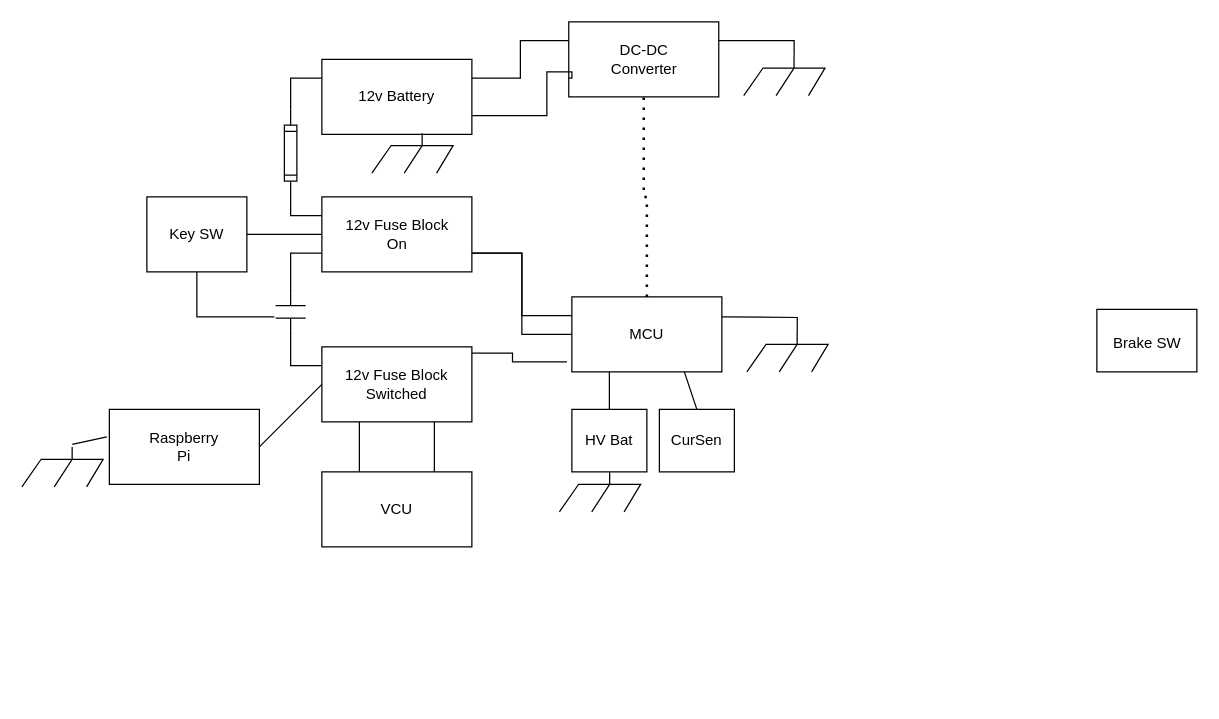
The draw.io diagram ElectricalLowVoltage.drawio in cdvanhorn/ForsanRaneaf, before the edit. Source tidied: cells renumbered, new cells numbered last; positions are measured from the earlier drawing's top-left corner, leaving out a move shared by most shapes. Both pictures are drawn from the tidied source at 125%, with x=0, y=0 at pixel (21, 21).
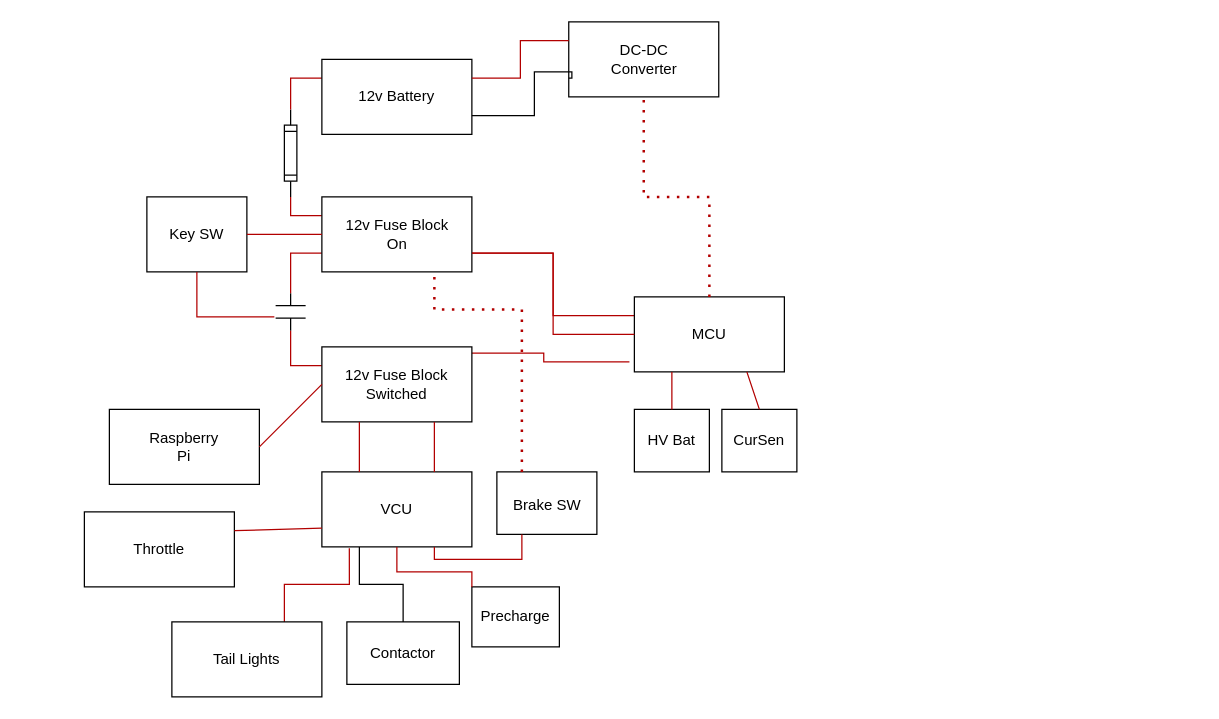
The same diagram, later.

Commit message:
added vcu getting cluttered

Unchanged cells that the change refers to:
```xml
<mxCell id="2" style="verticalLabelPosition=bottom;shadow=0;dashed=0;align=center;html=1;verticalAlign=top;shape=mxgraph.electrical.miscellaneous.fuse_1;rotation=-90;" parent="1" vertex="1">
  <mxGeometry x="180" y="100" width="70" height="10" as="geometry" />
</mxCell>
<mxCell id="3" style="verticalLabelPosition=bottom;shadow=0;dashed=0;align=center;html=1;verticalAlign=top;shape=mxgraph.electrical.electro-mechanical.relay_contacts;rotation=-90;" parent="1" vertex="1">
  <mxGeometry x="200" y="220" width="30" height="24" as="geometry" />
</mxCell>
<mxCell id="5" style="rounded=0;whiteSpace=wrap;html=1;" parent="4" vertex="1">
  <mxGeometry width="120" height="60" as="geometry" />
</mxCell>
<mxCell id="11" style="rounded=0;whiteSpace=wrap;html=1;" parent="1" vertex="1">
  <mxGeometry x="437.5" width="120" height="60" as="geometry" />
</mxCell>
<mxCell id="13" style="rounded=0;whiteSpace=wrap;html=1;" parent="12" vertex="1">
  <mxGeometry width="120" height="60" as="geometry" />
</mxCell>
<mxCell id="16" style="rounded=0;whiteSpace=wrap;html=1;" parent="15" vertex="1">
  <mxGeometry width="80" height="60" as="geometry" />
</mxCell>
<mxCell id="26" style="rounded=0;whiteSpace=wrap;html=1;" parent="25" vertex="1">
  <mxGeometry width="120" height="60" as="geometry" />
</mxCell>
<mxCell id="29" style="rounded=0;whiteSpace=wrap;html=1;" parent="28" vertex="1">
  <mxGeometry width="120" height="60" as="geometry" />
</mxCell>
<mxCell id="33" style="rounded=0;whiteSpace=wrap;html=1;" parent="32" vertex="1">
  <mxGeometry width="120" height="60" as="geometry" />
</mxCell>
<mxCell id="34" value="12v Fuse Block Switched" style="text;html=1;align=center;verticalAlign=middle;whiteSpace=wrap;rounded=0;" parent="32" vertex="1">
  <mxGeometry x="15" y="15" width="90" height="30" as="geometry" />
</mxCell>
<mxCell id="48" style="rounded=0;whiteSpace=wrap;html=1;" parent="1" vertex="1">
  <mxGeometry x="240" y="360" width="120" height="60" as="geometry" />
</mxCell>
<mxCell id="54" style="rounded=0;whiteSpace=wrap;html=1;" parent="53" vertex="1">
  <mxGeometry width="80" height="50" as="geometry" />
</mxCell>
```

Change to the diagram source:
```diff
@@
-    <mxCell id="7" style="endArrow=none;html=1;rounded=0;entryX=0;entryY=0.25;entryDx=0;entryDy=0;exitX=1;exitY=0.5;exitDx=0;exitDy=0;exitPerimeter=0;edgeStyle=orthogonalEdgeStyle;" parent="1" edge="1" source="2" target="13">
+    <mxCell id="7" style="endArrow=none;html=1;rounded=0;entryX=0;entryY=0.25;entryDx=0;entryDy=0;exitX=1;exitY=0.5;exitDx=0;exitDy=0;exitPerimeter=0;edgeStyle=orthogonalEdgeStyle;fillColor=#e51400;strokeColor=#B20000;" parent="1" edge="1" source="2" target="13">
       <mxGeometry relative="1" as="geometry" />
     </mxCell>
-    <mxCell id="8" style="endArrow=none;html=1;rounded=0;entryX=0;entryY=0.5;entryDx=0;entryDy=0;entryPerimeter=0;exitX=0;exitY=0.25;exitDx=0;exitDy=0;edgeStyle=orthogonalEdgeStyle;" parent="1" edge="1" source="26" target="2">
+    <mxCell id="8" style="endArrow=none;html=1;rounded=0;entryX=0;entryY=0.5;entryDx=0;entryDy=0;entryPerimeter=0;exitX=0;exitY=0.25;exitDx=0;exitDy=0;edgeStyle=orthogonalEdgeStyle;fillColor=#e51400;strokeColor=#B20000;" parent="1" edge="1" source="26" target="2">
       <mxGeometry relative="1" as="geometry" />
     </mxCell>
-    <mxCell id="9" style="endArrow=none;html=1;rounded=0;entryX=0;entryY=0.75;entryDx=0;entryDy=0;exitX=1;exitY=0.5;exitDx=0;exitDy=0;exitPerimeter=0;edgeStyle=orthogonalEdgeStyle;" parent="1" edge="1" source="3" target="26">
+    <mxCell id="9" style="endArrow=none;html=1;rounded=0;entryX=0;entryY=0.75;entryDx=0;entryDy=0;exitX=1;exitY=0.5;exitDx=0;exitDy=0;exitPerimeter=0;edgeStyle=orthogonalEdgeStyle;fillColor=#e51400;strokeColor=#B20000;" parent="1" edge="1" source="3" target="26">
       <mxGeometry relative="1" as="geometry" />
     </mxCell>
-    <mxCell id="10" style="endArrow=none;html=1;rounded=0;entryX=0;entryY=0.5;entryDx=0;entryDy=0;entryPerimeter=0;exitX=0;exitY=0.25;exitDx=0;exitDy=0;edgeStyle=orthogonalEdgeStyle;" parent="1" edge="1" source="33" target="3">
+    <mxCell id="10" style="endArrow=none;html=1;rounded=0;entryX=0;entryY=0.5;entryDx=0;entryDy=0;entryPerimeter=0;exitX=0;exitY=0.25;exitDx=0;exitDy=0;edgeStyle=orthogonalEdgeStyle;fillColor=#e51400;strokeColor=#B20000;" parent="1" edge="1" source="33" target="3">
       <mxGeometry relative="1" as="geometry" />
     </mxCell>
@@
-    <mxCell id="19" style="endArrow=none;html=1;rounded=0;entryX=0;entryY=0.25;entryDx=0;entryDy=0;exitX=1;exitY=0.25;exitDx=0;exitDy=0;edgeStyle=orthogonalEdgeStyle;" parent="1" edge="1" source="13" target="11">
+    <mxCell id="19" style="endArrow=none;html=1;rounded=0;entryX=0;entryY=0.25;entryDx=0;entryDy=0;exitX=1;exitY=0.25;exitDx=0;exitDy=0;edgeStyle=orthogonalEdgeStyle;fillColor=#e51400;strokeColor=#B20000;" parent="1" edge="1" source="13" target="11">
       <mxGeometry relative="1" as="geometry" />
     </mxCell>
-    <mxCell id="20" style="verticalLabelPosition=bottom;shadow=0;dashed=0;align=center;html=1;verticalAlign=top;shape=mxgraph.electrical.miscellaneous.chassis;" parent="1" vertex="1">
-      <mxGeometry x="280" y="89" width="65" height="32" as="geometry" />
-    </mxCell>
-    <mxCell id="21" style="verticalLabelPosition=bottom;shadow=0;dashed=0;align=center;html=1;verticalAlign=top;shape=mxgraph.electrical.miscellaneous.chassis;" parent="1" vertex="1">
-      <mxGeometry x="577.5" y="27" width="65" height="32" as="geometry" />
-    </mxCell>
-    <mxCell id="22" style="endArrow=none;html=1;rounded=0;entryX=0.62;entryY=0;entryDx=0;entryDy=0;entryPerimeter=0;exitX=1;exitY=0.25;exitDx=0;exitDy=0;edgeStyle=orthogonalEdgeStyle;" parent="1" edge="1" source="11" target="21">
-      <mxGeometry relative="1" as="geometry" />
-    </mxCell>
     <mxCell id="23" style="endArrow=none;html=1;rounded=0;entryX=0;entryY=0.75;entryDx=0;entryDy=0;exitX=1;exitY=0.75;exitDx=0;exitDy=0;edgeStyle=orthogonalEdgeStyle;" parent="1" edge="1" source="13" target="11">
       <mxGeometry relative="1" as="geometry">
         <Array as="points">
-          <mxPoint x="420" y="75" />
-          <mxPoint x="420" y="40" />
+          <mxPoint x="410" y="75" />
+          <mxPoint x="410" y="40" />
           <mxPoint x="440" y="40" />
+          <mxPoint x="440" y="45" />
         </Array>
       </mxGeometry>
     </mxCell>
-    <mxCell id="24" style="endArrow=none;html=1;rounded=0;entryX=1;entryY=0.75;entryDx=0;entryDy=0;exitX=0;exitY=0.25;exitDx=0;exitDy=0;edgeStyle=orthogonalEdgeStyle;" parent="1" edge="1" source="29" target="26">
+    <mxCell id="24" style="endArrow=none;html=1;rounded=0;entryX=1;entryY=0.75;entryDx=0;entryDy=0;exitX=0;exitY=0.25;exitDx=0;exitDy=0;edgeStyle=orthogonalEdgeStyle;fillColor=#e51400;strokeColor=#B20000;" parent="1" edge="1" source="29" target="26">
       <mxGeometry relative="1" as="geometry" />
     </mxCell>
@@
     <mxCell id="28" style="group;" parent="1" vertex="1">
-      <mxGeometry x="440" y="220" width="120" height="60" as="geometry" />
+      <mxGeometry x="490" y="220" width="120" height="60" as="geometry" />
     </mxCell>
@@
-    <mxCell id="31" style="endArrow=none;html=1;rounded=0;entryX=-0.033;entryY=0.867;entryDx=0;entryDy=0;entryPerimeter=0;exitX=1;exitY=0;exitDx=0;exitDy=0;edgeStyle=orthogonalEdgeStyle;" parent="1" edge="1" source="34" target="29">
+    <mxCell id="31" style="endArrow=none;html=1;rounded=0;entryX=-0.033;entryY=0.867;entryDx=0;entryDy=0;entryPerimeter=0;exitX=1;exitY=0;exitDx=0;exitDy=0;edgeStyle=orthogonalEdgeStyle;fillColor=#e51400;strokeColor=#B20000;" parent="1" edge="1" source="34" target="29">
       <mxGeometry relative="1" as="geometry" />
     </mxCell>
@@
-    <mxCell id="35" style="verticalLabelPosition=bottom;shadow=0;dashed=0;align=center;html=1;verticalAlign=top;shape=mxgraph.electrical.miscellaneous.chassis;" parent="1" vertex="1">
-      <mxGeometry x="580" y="248" width="65" height="32" as="geometry" />
-    </mxCell>
-    <mxCell id="36" style="endArrow=none;html=1;rounded=0;entryX=0.62;entryY=0;entryDx=0;entryDy=0;entryPerimeter=0;exitX=1;exitY=0.25;exitDx=0;exitDy=0;edgeStyle=orthogonalEdgeStyle;" parent="1" edge="1" target="35">
-      <mxGeometry relative="1" as="geometry">
-        <mxPoint x="560" y="236" as="sourcePoint" />
-      </mxGeometry>
-    </mxCell>
-    <mxCell id="37" style="endArrow=none;html=1;rounded=0;entryX=0;entryY=0.5;entryDx=0;entryDy=0;exitX=1;exitY=0.75;exitDx=0;exitDy=0;edgeStyle=orthogonalEdgeStyle;" parent="1" edge="1" source="26" target="29">
+    <mxCell id="37" style="endArrow=none;html=1;rounded=0;entryX=0;entryY=0.5;entryDx=0;entryDy=0;exitX=1;exitY=0.75;exitDx=0;exitDy=0;edgeStyle=orthogonalEdgeStyle;fillColor=#e51400;strokeColor=#B20000;" parent="1" edge="1" source="26" target="29">
       <mxGeometry relative="1" as="geometry" />
     </mxCell>
-    <mxCell id="38" style="verticalLabelPosition=bottom;shadow=0;dashed=0;align=center;html=1;verticalAlign=top;shape=mxgraph.electrical.miscellaneous.chassis;" parent="1" vertex="1">
-      <mxGeometry y="340" width="65" height="32" as="geometry" />
-    </mxCell>
-    <mxCell id="39" style="endArrow=none;html=1;rounded=0;entryX=-0.017;entryY=0.367;entryDx=0;entryDy=0;entryPerimeter=0;exitX=0.62;exitY=0;exitDx=0;exitDy=0;exitPerimeter=0;" parent="1" edge="1" target="5">
-      <mxGeometry relative="1" as="geometry">
-        <mxPoint x="40.3" y="338" as="sourcePoint" />
-      </mxGeometry>
-    </mxCell>
     <mxCell id="40" style="rounded=0;whiteSpace=wrap;html=1;" parent="1" vertex="1">
-      <mxGeometry x="440" y="310" width="60" height="50" as="geometry" />
+      <mxGeometry x="490" y="310" width="60" height="50" as="geometry" />
     </mxCell>
     <mxCell id="41" value="HV Bat" style="text;html=1;align=center;verticalAlign=middle;whiteSpace=wrap;rounded=0;" parent="1" vertex="1">
-      <mxGeometry x="440" y="320" width="60" height="30" as="geometry" />
+      <mxGeometry x="490" y="320" width="60" height="30" as="geometry" />
     </mxCell>
     <mxCell id="42" style="rounded=0;whiteSpace=wrap;html=1;" parent="1" vertex="1">
-      <mxGeometry x="510" y="310" width="60" height="50" as="geometry" />
+      <mxGeometry x="560" y="310" width="60" height="50" as="geometry" />
     </mxCell>
     <mxCell id="43" value="CurSen" style="text;html=1;align=center;verticalAlign=middle;whiteSpace=wrap;rounded=0;" parent="1" vertex="1">
-      <mxGeometry x="510" y="320" width="60" height="30" as="geometry" />
+      <mxGeometry x="560" y="320" width="60" height="30" as="geometry" />
     </mxCell>
-    <mxCell id="44" style="verticalLabelPosition=bottom;shadow=0;dashed=0;align=center;html=1;verticalAlign=top;shape=mxgraph.electrical.miscellaneous.chassis;" parent="1" vertex="1">
-      <mxGeometry x="430" y="360" width="65" height="32" as="geometry" />
-    </mxCell>
-    <mxCell id="45" style="endArrow=none;html=1;rounded=0;exitX=0.25;exitY=1;exitDx=0;exitDy=0;entryX=0.5;entryY=0;entryDx=0;entryDy=0;" parent="1" edge="1" source="29" target="40">
+    <mxCell id="45" style="endArrow=none;html=1;rounded=0;exitX=0.25;exitY=1;exitDx=0;exitDy=0;entryX=0.5;entryY=0;entryDx=0;entryDy=0;fillColor=#e51400;strokeColor=#B20000;" parent="1" edge="1" source="29" target="40">
       <mxGeometry relative="1" as="geometry" />
     </mxCell>
-    <mxCell id="46" style="endArrow=none;html=1;rounded=0;exitX=0.75;exitY=1;exitDx=0;exitDy=0;entryX=0.5;entryY=0;entryDx=0;entryDy=0;" parent="1" edge="1" source="29" target="42">
+    <mxCell id="46" style="endArrow=none;html=1;rounded=0;exitX=0.75;exitY=1;exitDx=0;exitDy=0;entryX=0.5;entryY=0;entryDx=0;entryDy=0;fillColor=#e51400;strokeColor=#B20000;" parent="1" edge="1" source="29" target="42">
       <mxGeometry relative="1" as="geometry" />
     </mxCell>
-    <mxCell id="47" style="endArrow=none;dashed=1;html=1;dashPattern=1 3;strokeWidth=2;rounded=0;entryX=0.5;entryY=1;entryDx=0;entryDy=0;exitX=0.5;exitY=0;exitDx=0;exitDy=0;edgeStyle=orthogonalEdgeStyle;" parent="1" edge="1" source="29" target="11">
+    <mxCell id="47" style="endArrow=none;dashed=1;html=1;dashPattern=1 3;strokeWidth=2;rounded=0;entryX=0.5;entryY=1;entryDx=0;entryDy=0;exitX=0.5;exitY=0;exitDx=0;exitDy=0;edgeStyle=orthogonalEdgeStyle;fillColor=#e51400;strokeColor=#B20000;" parent="1" edge="1" source="29" target="11">
       <mxGeometry relative="1" as="geometry" />
     </mxCell>
@@
-    <mxCell id="50" style="endArrow=none;html=1;rounded=0;entryX=0.25;entryY=1;entryDx=0;entryDy=0;exitX=0.25;exitY=0;exitDx=0;exitDy=0;" parent="1" edge="1" source="48" target="33">
+    <mxCell id="50" style="endArrow=none;html=1;rounded=0;entryX=0.25;entryY=1;entryDx=0;entryDy=0;exitX=0.25;exitY=0;exitDx=0;exitDy=0;fillColor=#e51400;strokeColor=#B20000;" parent="1" edge="1" source="48" target="33">
       <mxGeometry relative="1" as="geometry" />
     </mxCell>
-    <mxCell id="51" style="endArrow=none;html=1;rounded=0;entryX=0.75;entryY=1;entryDx=0;entryDy=0;exitX=0.75;exitY=0;exitDx=0;exitDy=0;" parent="1" edge="1" source="48" target="33">
+    <mxCell id="51" style="endArrow=none;html=1;rounded=0;entryX=0.75;entryY=1;entryDx=0;entryDy=0;exitX=0.75;exitY=0;exitDx=0;exitDy=0;fillColor=#e51400;strokeColor=#B20000;" parent="1" edge="1" source="48" target="33">
       <mxGeometry relative="1" as="geometry" />
     </mxCell>
-    <mxCell id="52" style="endArrow=none;html=1;rounded=0;entryX=0;entryY=0.5;entryDx=0;entryDy=0;exitX=1;exitY=0.5;exitDx=0;exitDy=0;" parent="1" edge="1" source="5" target="33">
+    <mxCell id="52" style="endArrow=none;html=1;rounded=0;entryX=0;entryY=0.5;entryDx=0;entryDy=0;exitX=1;exitY=0.5;exitDx=0;exitDy=0;fillColor=#e51400;strokeColor=#B20000;" parent="1" edge="1" source="5" target="33">
       <mxGeometry relative="1" as="geometry" />
     </mxCell>
     <mxCell id="53" style="group;" parent="1" vertex="1">
-      <mxGeometry x="860" y="230" width="80" height="50" as="geometry" />
+      <mxGeometry x="380" y="360" width="80" height="50" as="geometry" />
     </mxCell>
@@
-    <mxCell id="56" style="endArrow=none;html=1;rounded=0;entryX=0;entryY=0.5;entryDx=0;entryDy=0;exitX=1;exitY=0.5;exitDx=0;exitDy=0;edgeStyle=orthogonalEdgeStyle;" parent="1" edge="1" source="16" target="26">
+    <mxCell id="56" style="endArrow=none;html=1;rounded=0;entryX=0;entryY=0.5;entryDx=0;entryDy=0;exitX=1;exitY=0.5;exitDx=0;exitDy=0;edgeStyle=orthogonalEdgeStyle;fillColor=#e51400;strokeColor=#B20000;" parent="1" edge="1" source="16" target="26">
       <mxGeometry relative="1" as="geometry" />
     </mxCell>
-    <mxCell id="57" style="endArrow=none;html=1;rounded=0;entryX=0.5;entryY=1;entryDx=0;entryDy=0;exitX=0.367;exitY=-0.042;exitDx=0;exitDy=0;exitPerimeter=0;edgeStyle=orthogonalEdgeStyle;" parent="1" edge="1" source="3" target="16">
+    <mxCell id="57" style="endArrow=none;html=1;rounded=0;entryX=0.5;entryY=1;entryDx=0;entryDy=0;exitX=0.367;exitY=-0.042;exitDx=0;exitDy=0;exitPerimeter=0;edgeStyle=orthogonalEdgeStyle;fillColor=#e51400;strokeColor=#B20000;" parent="1" edge="1" source="3" target="16">
       <mxGeometry relative="1" as="geometry" />
     </mxCell>
+    <mxCell id="58" style="endArrow=none;dashed=1;html=1;dashPattern=1 3;strokeWidth=2;rounded=0;entryX=0.75;entryY=1;entryDx=0;entryDy=0;exitX=0.25;exitY=0;exitDx=0;exitDy=0;edgeStyle=orthogonalEdgeStyle;fillColor=#e51400;strokeColor=#B20000;" parent="1" edge="1" source="54" target="26">
+      <mxGeometry relative="1" as="geometry">
+        <Array as="points">
+          <mxPoint x="400" y="230" />
+          <mxPoint x="330" y="230" />
+        </Array>
+      </mxGeometry>
+    </mxCell>
+    <mxCell id="59" style="endArrow=none;html=1;rounded=0;entryX=0.25;entryY=1;entryDx=0;entryDy=0;exitX=0.75;exitY=1;exitDx=0;exitDy=0;edgeStyle=orthogonalEdgeStyle;fillColor=#e51400;strokeColor=#B20000;" parent="1" edge="1" source="48" target="54">
+      <mxGeometry relative="1" as="geometry" />
+    </mxCell>
+    <mxCell id="60" style="endArrow=none;html=1;rounded=0;entryX=0.183;entryY=1.017;entryDx=0;entryDy=0;entryPerimeter=0;exitX=0.75;exitY=0;exitDx=0;exitDy=0;edgeStyle=orthogonalEdgeStyle;fillColor=#e51400;strokeColor=#B20000;" parent="1" edge="1" source="62" target="48">
+      <mxGeometry relative="1" as="geometry" />
+    </mxCell>
+    <mxCell id="61" style="group;" parent="1" vertex="1">
+      <mxGeometry x="120" y="480" width="120" height="60" as="geometry" />
+    </mxCell>
+    <mxCell id="62" style="rounded=0;whiteSpace=wrap;html=1;" parent="61" vertex="1">
+      <mxGeometry width="120" height="60" as="geometry" />
+    </mxCell>
+    <mxCell id="63" value="&lt;div&gt;Tail Lights&lt;/div&gt;" style="text;html=1;align=center;verticalAlign=middle;whiteSpace=wrap;rounded=0;" parent="61" vertex="1">
+      <mxGeometry x="30" y="15" width="60" height="30" as="geometry" />
+    </mxCell>
+    <mxCell id="64" style="rounded=0;whiteSpace=wrap;html=1;" parent="1" vertex="1">
+      <mxGeometry x="50" y="392" width="120" height="60" as="geometry" />
+    </mxCell>
+    <mxCell id="65" value="Throttle" style="text;html=1;align=center;verticalAlign=middle;whiteSpace=wrap;rounded=0;" parent="1" vertex="1">
+      <mxGeometry x="80" y="407" width="60" height="30" as="geometry" />
+    </mxCell>
+    <mxCell id="66" style="endArrow=none;html=1;rounded=0;entryX=0;entryY=0.75;entryDx=0;entryDy=0;exitX=1;exitY=0.25;exitDx=0;exitDy=0;fillColor=#e51400;strokeColor=#B20000;" parent="1" edge="1" source="64" target="48">
+      <mxGeometry relative="1" as="geometry" />
+    </mxCell>
+    <mxCell id="67" style="group;" parent="1" vertex="1">
+      <mxGeometry x="260" y="480" width="90" height="50" as="geometry" />
+    </mxCell>
+    <mxCell id="68" style="rounded=0;whiteSpace=wrap;html=1;" parent="67" vertex="1">
+      <mxGeometry width="90" height="50" as="geometry" />
+    </mxCell>
+    <mxCell id="69" value="Contactor" style="text;html=1;align=center;verticalAlign=middle;whiteSpace=wrap;rounded=0;" parent="67" vertex="1">
+      <mxGeometry x="15" y="10" width="60" height="30" as="geometry" />
+    </mxCell>
+    <mxCell id="70" style="endArrow=none;html=1;rounded=0;entryX=0.25;entryY=1;entryDx=0;entryDy=0;exitX=0.5;exitY=0;exitDx=0;exitDy=0;edgeStyle=orthogonalEdgeStyle;" parent="1" edge="1" source="68" target="48">
+      <mxGeometry relative="1" as="geometry" />
+    </mxCell>
+    <mxCell id="71" style="rounded=0;whiteSpace=wrap;html=1;" parent="1" vertex="1">
+      <mxGeometry x="360" y="452" width="70" height="48" as="geometry" />
+    </mxCell>
+    <mxCell id="72" value="&lt;div&gt;Precharge&lt;/div&gt;" style="text;html=1;align=center;verticalAlign=middle;whiteSpace=wrap;rounded=0;" parent="1" vertex="1">
+      <mxGeometry x="365" y="461" width="60" height="30" as="geometry" />
+    </mxCell>
+    <mxCell id="73" style="endArrow=none;html=1;rounded=0;exitX=0.5;exitY=1;exitDx=0;exitDy=0;entryX=0;entryY=0;entryDx=0;entryDy=0;edgeStyle=orthogonalEdgeStyle;fillColor=#e51400;strokeColor=#B20000;" parent="1" edge="1" source="48" target="71">
+      <mxGeometry relative="1" as="geometry">
+        <Array as="points">
+          <mxPoint x="300" y="440" />
+          <mxPoint x="360" y="440" />
+        </Array>
+      </mxGeometry>
+    </mxCell>
```
